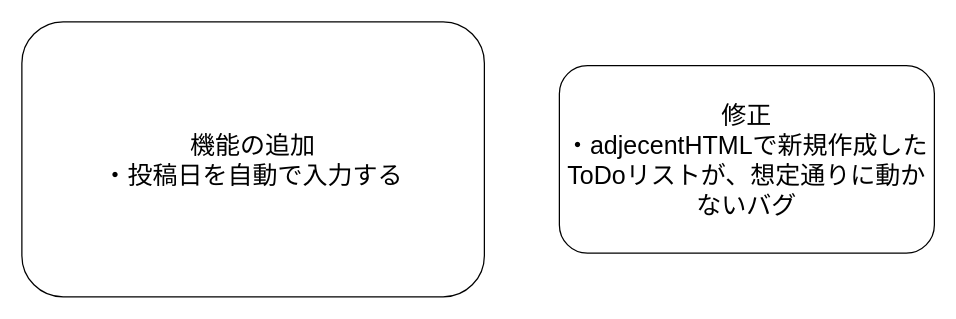
Before: 04.todolist/drawio/progress.drawio in himaorg/himatsubushi.org-STOP-, a draw.io diagram. Source tidied: cells renumbered, new cells numbered last; positions are measured from the earlier drawing's top-left corner, leaving out a move shared by most shapes. Both pictures are drawn from the tidied source at 125%, with x=0, y=0 at pixel (21, 21).
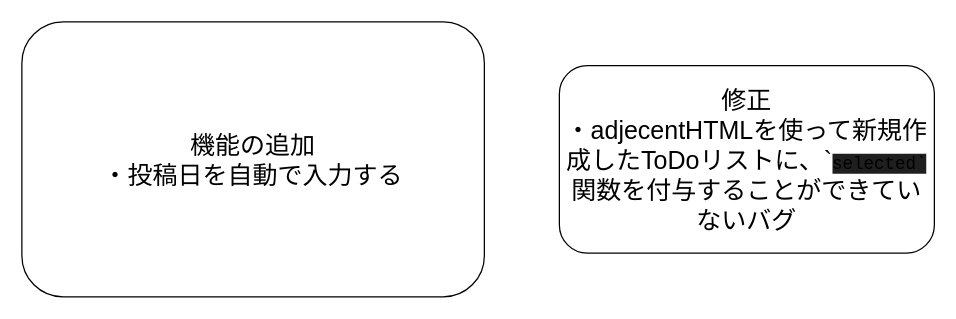
After the change.

The edit, as a diff of the source:
```diff
@@
 <mxGraphModel>
   <root>
     <mxCell id="0" />
     <mxCell id="1" parent="0" />
     <mxCell id="2" value="機能の追加&lt;br&gt;・投稿日を自動で入力する&lt;br&gt;" style="rounded=1;whiteSpace=wrap;html=1;fontSize=20;" parent="1" vertex="1">
       <mxGeometry width="370" height="220" as="geometry" />
     </mxCell>
-    <mxCell id="3" value="修正&lt;br&gt;・adjecentHTMLで新規作成したToDoリストが、想定通りに動かないバグ" style="rounded=1;whiteSpace=wrap;html=1;fontSize=20;" parent="1" vertex="1">
+    <mxCell id="3" value="修正&lt;br&gt;・adjecentHTMLを使って新規作成したToDoリストに、`&lt;span style=&quot;background-color: rgb(31, 31, 31); font-family: Consolas, &amp;quot;Courier New&amp;quot;, monospace; font-size: 14px;&quot;&gt;selected`&lt;/span&gt;&lt;span style=&quot;background-color: initial;&quot;&gt;関数を付与することができていないバグ&lt;/span&gt;" style="rounded=1;whiteSpace=wrap;html=1;fontSize=20;" parent="1" vertex="1">
       <mxGeometry x="430" y="35" width="300" height="150" as="geometry" />
     </mxCell>
   </root>
 </mxGraphModel>
```
